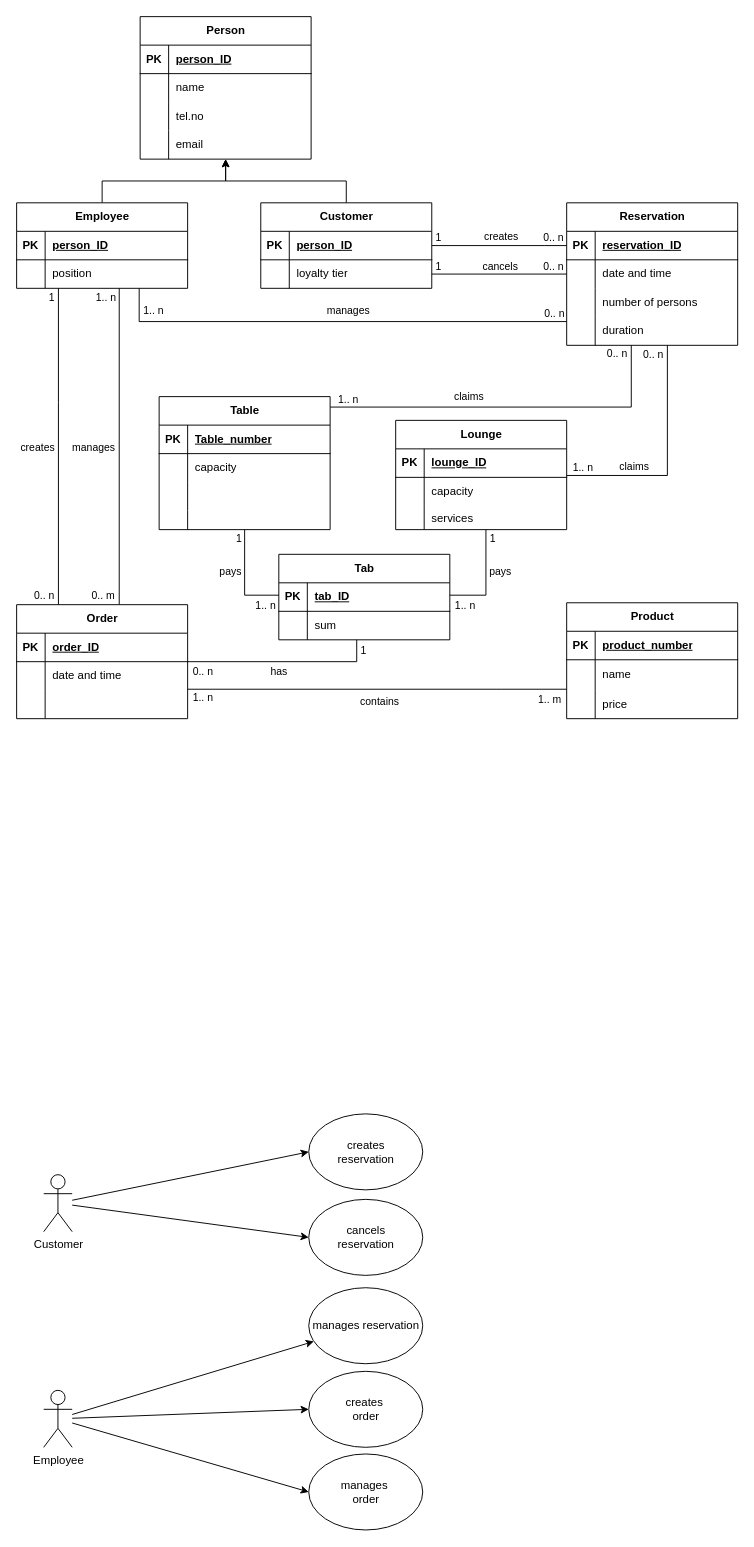
The draw.io diagram Untitled Diagram.drawio in 5r6t/IDS_project_2025, before the edit. Source tidied: cells renumbered, new cells numbered last; positions are measured from the earlier drawing's top-left corner, leaving out a move shared by most shapes. Both pictures are drawn from the tidied source at 95%, with x=0, y=0 at pixel (16, 16).
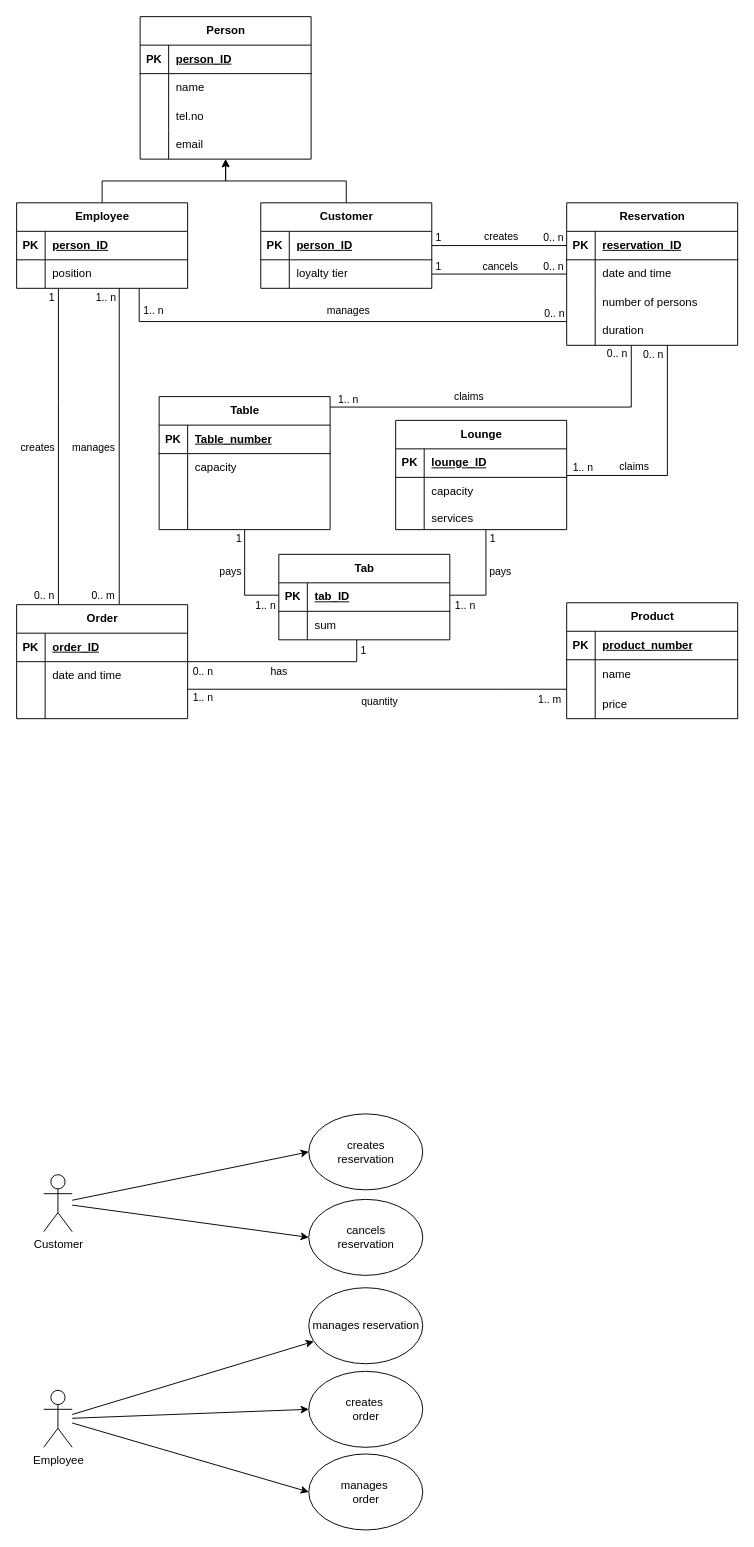
Above is the later version.

Unchanged cells that the change refers to:
```xml
<mxCell id="54" style="edgeStyle=orthogonalEdgeStyle;rounded=0;jettySize=auto;html=1;endArrow=none;endFill=0;" parent="1" edge="1" source="62" target="40">
  <mxGeometry relative="1" as="geometry">
    <Array as="points">
      <mxPoint x="510" y="708" />
      <mxPoint x="510" y="708" />
    </Array>
  </mxGeometry>
</mxCell>
```

Diff of the diagram source:
```diff
@@
-    <mxCell id="57" value="contains" style="edgeLabel;html=1;align=center;verticalAlign=middle;" parent="54" vertex="1">
+    <mxCell id="57" value="&lt;div&gt;quantity&lt;/div&gt;" style="edgeLabel;html=1;align=center;verticalAlign=middle;" parent="54" vertex="1">
       <mxGeometry x="-0.1" y="-1" relative="1" as="geometry">
         <mxPoint x="21" y="11" as="offset" />
       </mxGeometry>
     </mxCell>
```
